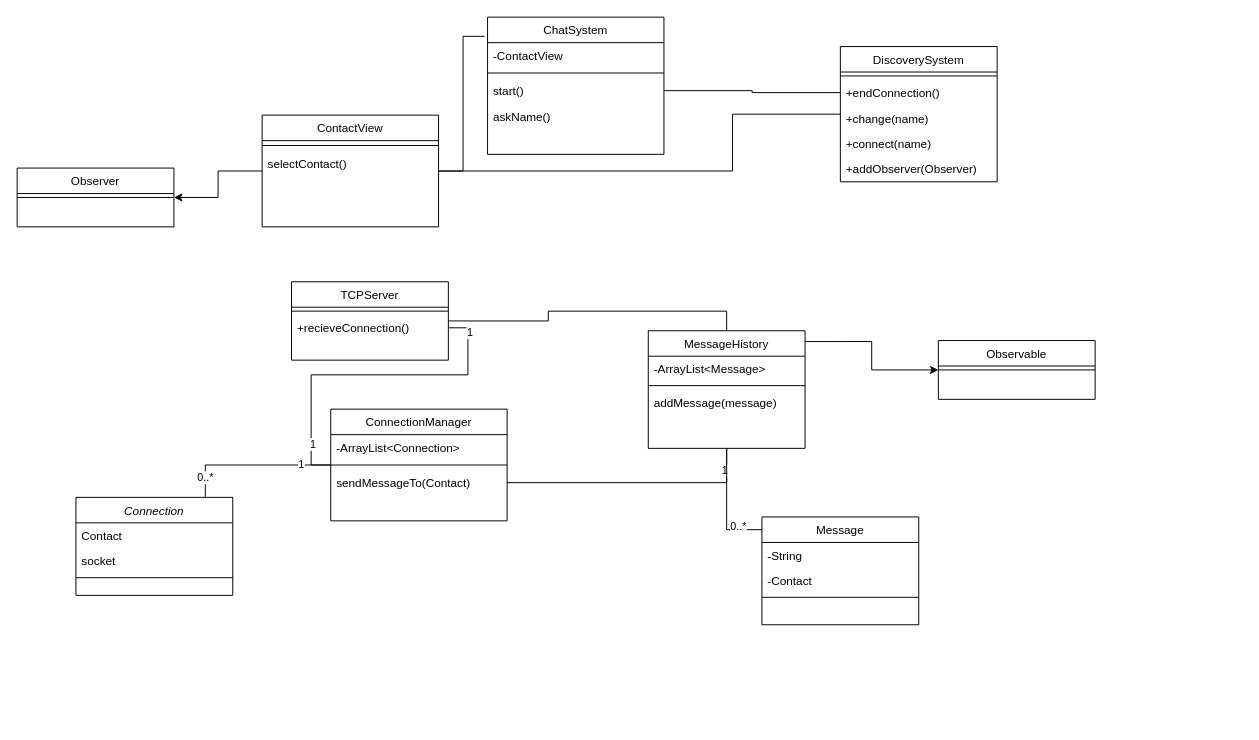
Before: doc/uml/ChatsystemClassDiagram.drawio in insa-4ir-chatsystem/chatsystem-billard-slamnia, a draw.io diagram. Source tidied: cells renumbered, new cells numbered last; positions are measured from the earlier drawing's top-left corner, leaving out a move shared by most shapes. Both pictures are drawn from the tidied source at 98%, with x=0, y=0 at pixel (17, 17).
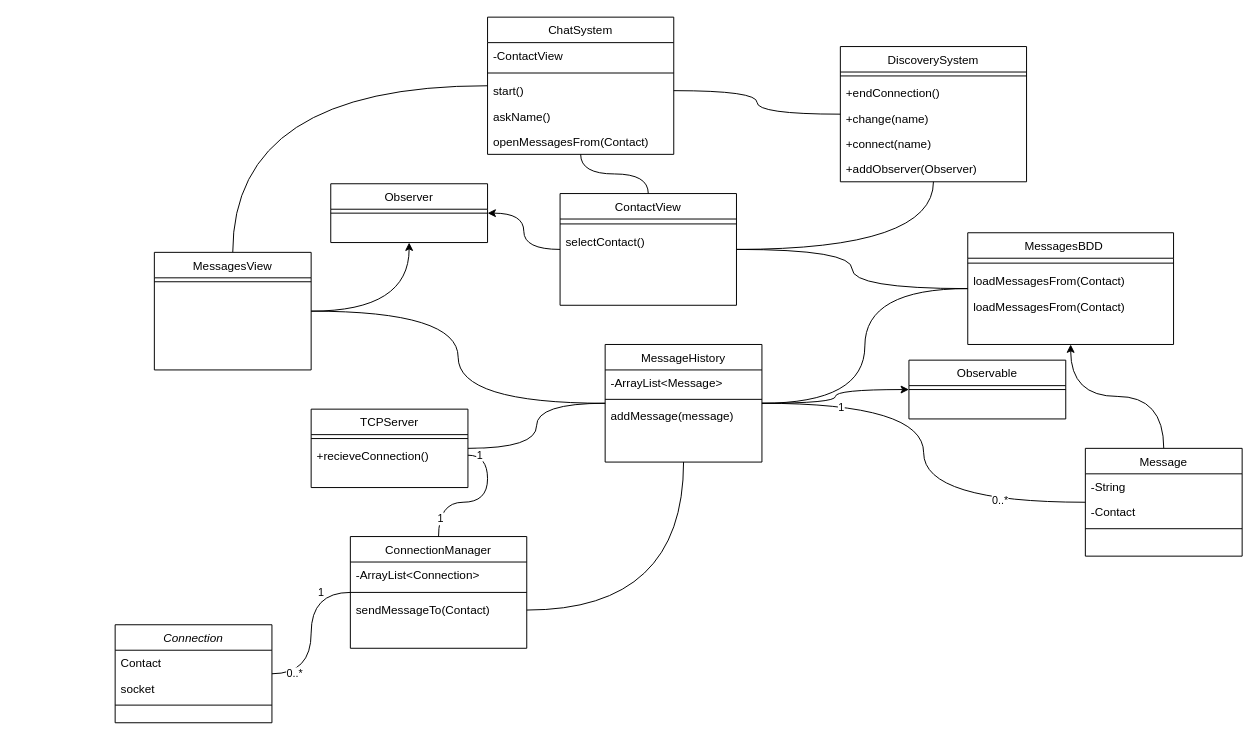
After the change.

The change refers to these unchanged cells:
```xml
<mxCell id="13" value="sendMessageTo(Contact)" style="text;align=left;verticalAlign=top;spacingLeft=4;spacingRight=4;overflow=hidden;points=[[0,0.5],[1,0.5]];portConstraint=eastwest;rounded=0;shadow=0;html=0;" parent="10" vertex="1">
  <mxGeometry y="62" width="180" height="26" as="geometry" />
</mxCell>
<mxCell id="36" value="+recieveConnection()" style="text;align=left;verticalAlign=top;spacingLeft=4;spacingRight=4;overflow=hidden;points=[[0,0.5],[1,0.5]];portConstraint=eastwest;rounded=0;shadow=0;html=0;" parent="34" vertex="1">
  <mxGeometry y="34" width="160" height="26" as="geometry" />
</mxCell>
```

Change to the diagram source:
```diff
@@
     <mxCell id="2" value="Connection" style="swimlane;fontStyle=2;align=center;verticalAlign=top;horizontal=1;startSize=26;rounded=0;shadow=0;strokeWidth=1;" parent="1" vertex="1">
-      <mxGeometry x="60" y="490" width="160" height="100" as="geometry" />
+      <mxGeometry x="100" y="620" width="160" height="100" as="geometry" />
     </mxCell>
@@
+    <mxCell id="55" style="edgeStyle=orthogonalEdgeStyle;rounded=0;jettySize=auto;html=1;curved=1;" parent="1" edge="1" source="6" target="64">
+      <mxGeometry relative="1" as="geometry" />
+    </mxCell>
     <mxCell id="6" value="Message" style="swimlane;fontStyle=0;align=center;verticalAlign=top;horizontal=1;startSize=26;rounded=0;shadow=0;strokeWidth=1;" parent="1" vertex="1">
-      <mxGeometry x="760" y="510" width="160" height="110" as="geometry" />
+      <mxGeometry x="1090" y="440" width="160" height="110" as="geometry" />
     </mxCell>
@@
     <mxCell id="10" value="ConnectionManager" style="swimlane;fontStyle=0;align=center;verticalAlign=top;horizontal=1;startSize=26;rounded=0;shadow=0;strokeWidth=1;" parent="1" vertex="1">
-      <mxGeometry x="320" y="400" width="180" height="114" as="geometry" />
+      <mxGeometry x="340" y="530" width="180" height="114" as="geometry" />
     </mxCell>
@@
     <mxCell id="14" value="DiscoverySystem" style="swimlane;fontStyle=0;align=center;verticalAlign=top;horizontal=1;startSize=26;rounded=0;shadow=0;strokeWidth=1;" parent="1" vertex="1">
-      <mxGeometry x="840" y="30" width="160" height="138" as="geometry" />
+      <mxGeometry x="840" y="30" width="190" height="138" as="geometry" />
     </mxCell>
     <mxCell id="15" style="line;html=1;strokeWidth=1;align=left;verticalAlign=middle;spacingTop=-1;spacingLeft=3;spacingRight=3;labelPosition=right;" parent="14" vertex="1">
-      <mxGeometry y="26" width="160" height="8" as="geometry" />
+      <mxGeometry y="26" width="190" height="8" as="geometry" />
     </mxCell>
     <mxCell id="16" value="+endConnection()" style="text;align=left;verticalAlign=top;spacingLeft=4;spacingRight=4;overflow=hidden;points=[[0,0.5],[1,0.5]];portConstraint=eastwest;rounded=0;shadow=0;html=0;" parent="14" vertex="1">
-      <mxGeometry y="34" width="160" height="26" as="geometry" />
+      <mxGeometry y="34" width="190" height="26" as="geometry" />
     </mxCell>
     <mxCell id="17" value="+change(name)" style="text;align=left;verticalAlign=top;spacingLeft=4;spacingRight=4;overflow=hidden;rounded=0;shadow=0;html=0;" parent="14" vertex="1">
-      <mxGeometry y="60" width="160" height="26" as="geometry" />
+      <mxGeometry y="60" width="190" height="26" as="geometry" />
     </mxCell>
     <mxCell id="18" value="+connect(name)" style="text;align=left;verticalAlign=top;spacingLeft=4;spacingRight=4;overflow=hidden;" parent="14" vertex="1">
-      <mxGeometry y="86" width="160" height="26" as="geometry" />
+      <mxGeometry y="86" width="190" height="26" as="geometry" />
     </mxCell>
     <mxCell id="19" value="+addObserver(Observer)" style="text;align=left;verticalAlign=top;spacingLeft=4;spacingRight=4;overflow=hidden;" parent="14" vertex="1">
-      <mxGeometry y="112" width="160" height="26" as="geometry" />
+      <mxGeometry y="112" width="190" height="26" as="geometry" />
     </mxCell>
-    <mxCell id="20" style="edgeStyle=orthogonalEdgeStyle;rounded=0;jettySize=auto;html=1;exitX=0.994;exitY=0.092;exitDx=0;exitDy=0;exitPerimeter=0;" parent="1" edge="1" source="21" target="31">
+    <mxCell id="20" style="edgeStyle=orthogonalEdgeStyle;rounded=0;jettySize=auto;html=1;curved=1;" parent="1" edge="1" source="21" target="31">
       <mxGeometry relative="1" as="geometry" />
     </mxCell>
+    <mxCell id="56" style="edgeStyle=orthogonalEdgeStyle;rounded=0;jettySize=auto;html=1;endArrow=none;endFill=0;curved=1;" parent="1" edge="1" source="21" target="64">
+      <mxGeometry relative="1" as="geometry" />
+    </mxCell>
     <mxCell id="21" value="MessageHistory" style="swimlane;fontStyle=0;align=center;verticalAlign=top;horizontal=1;startSize=26;rounded=0;shadow=0;strokeWidth=1;" parent="1" vertex="1">
-      <mxGeometry x="644" y="320" width="160" height="120" as="geometry" />
+      <mxGeometry x="600" y="334" width="160" height="120" as="geometry" />
     </mxCell>
@@
-    <mxCell id="25" style="edgeStyle=orthogonalEdgeStyle;rounded=0;jettySize=auto;html=1;entryX=0;entryY=0.118;entryDx=0;entryDy=0;entryPerimeter=0;endArrow=none;endFill=0;" parent="1" edge="1" source="21" target="6">
+    <mxCell id="25" style="edgeStyle=orthogonalEdgeStyle;rounded=0;jettySize=auto;html=1;endArrow=none;endFill=0;curved=1;" parent="1" edge="1" source="21" target="6">
       <mxGeometry relative="1" as="geometry" />
     </mxCell>
@@
-    <mxCell id="28" style="edgeStyle=orthogonalEdgeStyle;rounded=0;jettySize=auto;html=1;entryX=0.825;entryY=0.01;entryDx=0;entryDy=0;entryPerimeter=0;endArrow=none;endFill=0;" parent="1" edge="1" source="10" target="2">
+    <mxCell id="28" style="edgeStyle=orthogonalEdgeStyle;rounded=0;jettySize=auto;html=1;endArrow=none;endFill=0;curved=1;" parent="1" edge="1" source="10" target="2">
       <mxGeometry relative="1" as="geometry" />
     </mxCell>
@@
     <mxCell id="31" value="Observable" style="swimlane;fontStyle=0;align=center;verticalAlign=top;horizontal=1;startSize=26;rounded=0;shadow=0;strokeWidth=1;" parent="1" vertex="1">
-      <mxGeometry x="940" y="330" width="160" height="60" as="geometry" />
+      <mxGeometry x="910" y="350" width="160" height="60" as="geometry" />
     </mxCell>
@@
-    <mxCell id="33" style="edgeStyle=orthogonalEdgeStyle;rounded=0;jettySize=auto;html=1;entryX=0.5;entryY=0;entryDx=0;entryDy=0;endArrow=none;endFill=0;" parent="1" edge="1" source="34" target="21">
+    <mxCell id="33" style="edgeStyle=orthogonalEdgeStyle;rounded=0;jettySize=auto;html=1;endArrow=none;endFill=0;curved=1;" parent="1" edge="1" source="34" target="21">
       <mxGeometry relative="1" as="geometry" />
     </mxCell>
     <mxCell id="34" value="TCPServer" style="swimlane;fontStyle=0;align=center;verticalAlign=top;horizontal=1;startSize=26;rounded=0;shadow=0;strokeWidth=1;" parent="1" vertex="1">
-      <mxGeometry x="280" y="270" width="160" height="80" as="geometry" />
+      <mxGeometry x="300" y="400" width="160" height="80" as="geometry" />
     </mxCell>
@@
-    <mxCell id="37" style="edgeStyle=orthogonalEdgeStyle;rounded=0;jettySize=auto;html=1;entryX=0;entryY=0.5;entryDx=0;entryDy=0;endArrow=none;endFill=0;" parent="1" edge="1" source="36" target="10">
+    <mxCell id="37" style="edgeStyle=orthogonalEdgeStyle;rounded=0;jettySize=auto;html=1;endArrow=none;endFill=0;curved=1;" parent="1" edge="1" source="36" target="10">
       <mxGeometry relative="1" as="geometry" />
     </mxCell>
@@
-    <mxCell id="40" style="edgeStyle=orthogonalEdgeStyle;rounded=0;jettySize=auto;html=1;endArrow=none;endFill=0;" parent="1" edge="1" source="13" target="21">
+    <mxCell id="40" style="edgeStyle=orthogonalEdgeStyle;rounded=0;jettySize=auto;html=1;endArrow=none;endFill=0;curved=1;" parent="1" edge="1" source="13" target="21">
       <mxGeometry relative="1" as="geometry" />
     </mxCell>
-    <mxCell id="41" style="edgeStyle=orthogonalEdgeStyle;rounded=0;jettySize=auto;html=1;entryX=1;entryY=0.5;entryDx=0;entryDy=0;" parent="1" edge="1" source="42" target="52">
+    <mxCell id="41" style="edgeStyle=orthogonalEdgeStyle;rounded=0;jettySize=auto;html=1;curved=1;" parent="1" edge="1" source="42" target="52">
       <mxGeometry relative="1" as="geometry" />
     </mxCell>
+    <mxCell id="57" style="edgeStyle=orthogonalEdgeStyle;rounded=0;jettySize=auto;html=1;endArrow=none;endFill=0;curved=1;" parent="1" edge="1" source="42" target="64">
+      <mxGeometry relative="1" as="geometry" />
+    </mxCell>
     <mxCell id="42" value="ContactView" style="swimlane;fontStyle=0;align=center;verticalAlign=top;horizontal=1;startSize=26;rounded=0;shadow=0;strokeWidth=1;" parent="1" vertex="1">
-      <mxGeometry x="250" y="100" width="180" height="114" as="geometry" />
+      <mxGeometry x="554" y="180" width="180" height="114" as="geometry" />
     </mxCell>
@@
+    <mxCell id="58" style="edgeStyle=orthogonalEdgeStyle;rounded=0;jettySize=auto;html=1;endArrow=none;endFill=0;curved=1;" parent="1" edge="1" source="45" target="62">
+      <mxGeometry relative="1" as="geometry" />
+    </mxCell>
     <mxCell id="45" value="ChatSystem" style="swimlane;fontStyle=0;align=center;verticalAlign=top;horizontal=1;startSize=26;rounded=0;shadow=0;strokeWidth=1;" parent="1" vertex="1">
-      <mxGeometry x="480" width="180" height="140" as="geometry" />
+      <mxGeometry x="480" width="190" height="140" as="geometry" />
     </mxCell>
     <mxCell id="46" value="-ContactView" style="text;align=left;verticalAlign=top;spacingLeft=4;spacingRight=4;overflow=hidden;rounded=0;shadow=0;html=0;" parent="45" vertex="1">
-      <mxGeometry y="26" width="180" height="26" as="geometry" />
+      <mxGeometry y="26" width="190" height="26" as="geometry" />
     </mxCell>
     <mxCell id="47" style="line;html=1;strokeWidth=1;align=left;verticalAlign=middle;spacingTop=-1;spacingLeft=3;spacingRight=3;labelPosition=right;" parent="45" vertex="1">
-      <mxGeometry y="52" width="180" height="10" as="geometry" />
+      <mxGeometry y="52" width="190" height="10" as="geometry" />
     </mxCell>
     <mxCell id="48" value="start()" style="text;align=left;verticalAlign=top;spacingLeft=4;spacingRight=4;overflow=hidden;points=[[0,0.5],[1,0.5]];portConstraint=eastwest;rounded=0;shadow=0;html=0;" parent="45" vertex="1">
-      <mxGeometry y="62" width="180" height="26" as="geometry" />
+      <mxGeometry y="62" width="190" height="26" as="geometry" />
     </mxCell>
     <mxCell id="49" value="askName()" style="text;align=left;verticalAlign=top;spacingLeft=4;spacingRight=4;overflow=hidden;rounded=0;shadow=0;html=0;" parent="45" vertex="1">
-      <mxGeometry y="88" width="180" height="26" as="geometry" />
+      <mxGeometry y="88" width="190" height="26" as="geometry" />
     </mxCell>
+    <mxCell id="59" value="openMessagesFrom(Contact)" style="text;align=left;verticalAlign=top;spacingLeft=4;spacingRight=4;overflow=hidden;rounded=0;shadow=0;html=0;" parent="45" vertex="1">
+      <mxGeometry y="114" width="190" height="26" as="geometry" />
+    </mxCell>
-    <mxCell id="50" style="edgeStyle=orthogonalEdgeStyle;rounded=0;jettySize=auto;html=1;entryX=0;entryY=0.5;entryDx=0;entryDy=0;endArrow=none;endFill=0;" parent="1" edge="1" source="48" target="16">
+    <mxCell id="50" style="edgeStyle=orthogonalEdgeStyle;rounded=0;jettySize=auto;html=1;endArrow=none;endFill=0;curved=1;" parent="1" edge="1" source="48" target="14">
       <mxGeometry relative="1" as="geometry" />
     </mxCell>
-    <mxCell id="51" style="edgeStyle=orthogonalEdgeStyle;rounded=0;jettySize=auto;html=1;entryX=-0.017;entryY=0.14;entryDx=0;entryDy=0;entryPerimeter=0;endArrow=none;endFill=0;" parent="1" edge="1" source="42" target="45">
+    <mxCell id="51" style="edgeStyle=orthogonalEdgeStyle;rounded=0;jettySize=auto;html=1;endArrow=none;endFill=0;curved=1;" parent="1" edge="1" source="42" target="45">
       <mxGeometry relative="1" as="geometry" />
     </mxCell>
     <mxCell id="52" value="Observer" style="swimlane;fontStyle=0;align=center;verticalAlign=top;horizontal=1;startSize=26;rounded=0;shadow=0;strokeWidth=1;" parent="1" vertex="1">
-      <mxGeometry y="154" width="160" height="60" as="geometry" />
+      <mxGeometry x="320" y="170" width="160" height="60" as="geometry" />
     </mxCell>
@@
-    <mxCell id="54" style="edgeStyle=orthogonalEdgeStyle;rounded=0;jettySize=auto;html=1;endArrow=none;endFill=0;" parent="1" edge="1" source="42" target="14">
-      <mxGeometry relative="1" as="geometry">
-        <Array as="points">
-          <mxPoint x="730" y="157" />
-          <mxPoint x="730" y="99" />
-        </Array>
-      </mxGeometry>
+    <mxCell id="54" style="edgeStyle=orthogonalEdgeStyle;rounded=0;jettySize=auto;html=1;endArrow=none;endFill=0;curved=1;" parent="1" edge="1" source="42" target="14">
+      <mxGeometry relative="1" as="geometry" />
     </mxCell>
+    <mxCell id="60" style="edgeStyle=orthogonalEdgeStyle;rounded=0;jettySize=auto;html=1;curved=1;" parent="1" edge="1" source="62" target="52">
+      <mxGeometry relative="1" as="geometry" />
+    </mxCell>
+    <mxCell id="61" style="edgeStyle=orthogonalEdgeStyle;rounded=0;jettySize=auto;html=1;endArrow=none;endFill=0;curved=1;" parent="1" edge="1" source="62" target="21">
+      <mxGeometry relative="1" as="geometry" />
+    </mxCell>
+    <mxCell id="62" value="MessagesView" style="swimlane;fontStyle=0;align=center;verticalAlign=top;horizontal=1;startSize=26;rounded=0;shadow=0;strokeWidth=1;" parent="1" vertex="1">
+      <mxGeometry x="140" y="240" width="160" height="120" as="geometry" />
+    </mxCell>
+    <mxCell id="63" style="line;html=1;strokeWidth=1;align=left;verticalAlign=middle;spacingTop=-1;spacingLeft=3;spacingRight=3;labelPosition=right;" parent="62" vertex="1">
+      <mxGeometry y="26" width="160" height="8" as="geometry" />
+    </mxCell>
+    <mxCell id="64" value="MessagesBDD    " style="swimlane;fontStyle=0;align=center;verticalAlign=top;horizontal=1;startSize=26;rounded=0;shadow=0;strokeWidth=1;" parent="1" vertex="1">
+      <mxGeometry x="970" y="220" width="210" height="114" as="geometry" />
+    </mxCell>
+    <mxCell id="65" style="line;html=1;strokeWidth=1;align=left;verticalAlign=middle;spacingTop=-1;spacingLeft=3;spacingRight=3;labelPosition=right;" parent="64" vertex="1">
+      <mxGeometry y="26" width="210" height="10" as="geometry" />
+    </mxCell>
+    <mxCell id="66" value="loadMessagesFrom(Contact)" style="text;align=left;verticalAlign=top;spacingLeft=4;spacingRight=4;overflow=hidden;rounded=0;shadow=0;html=0;" parent="64" vertex="1">
+      <mxGeometry y="36" width="210" height="26" as="geometry" />
+    </mxCell>
+    <mxCell id="67" value="loadMessagesFrom(Contact)" style="text;align=left;verticalAlign=top;spacingLeft=4;spacingRight=4;overflow=hidden;rounded=0;shadow=0;html=0;" parent="64" vertex="1">
+      <mxGeometry y="62" width="210" height="26" as="geometry" />
+    </mxCell>
```
